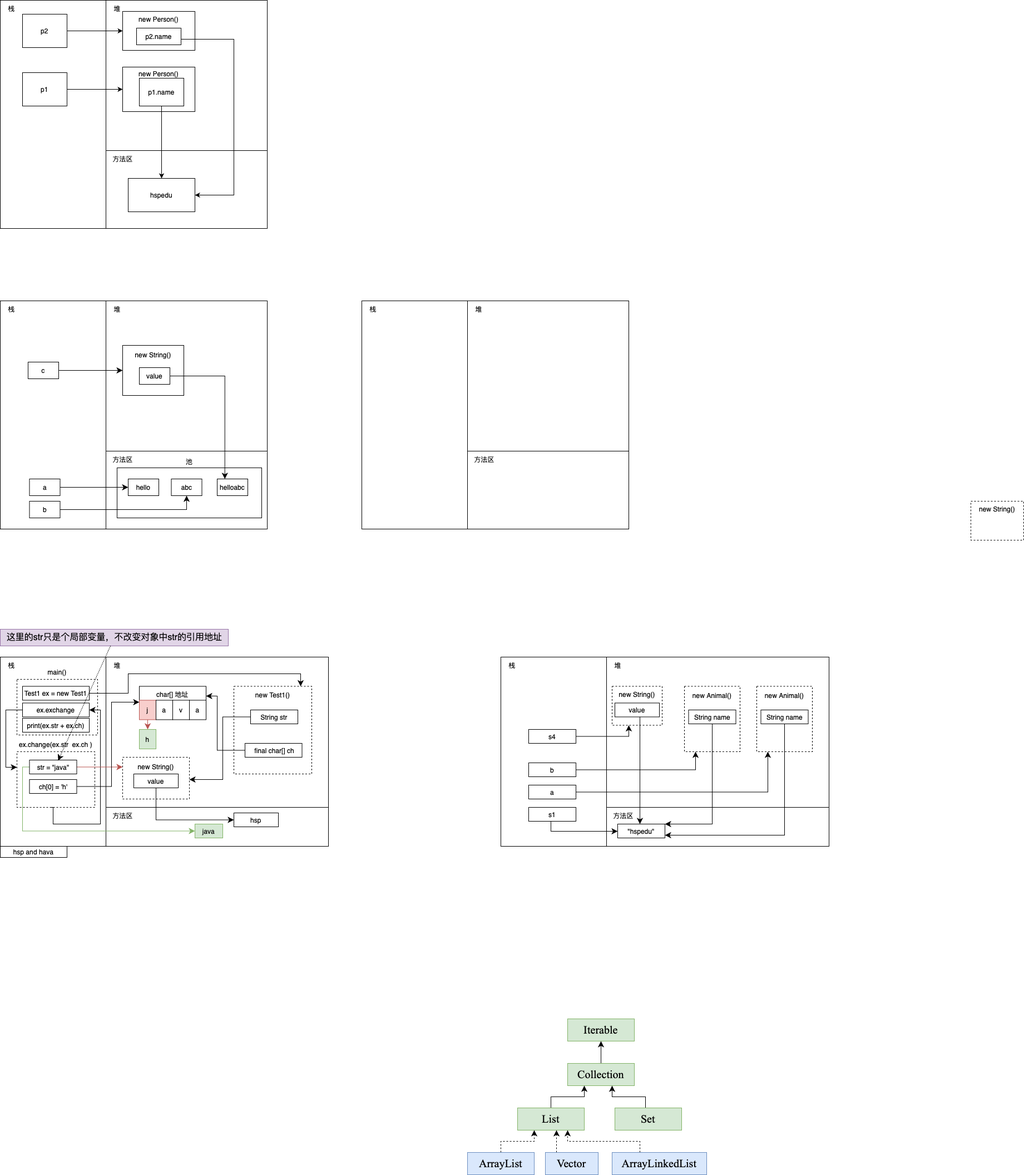
The draw.io diagram drawio/White.png in Stolorzs/Picgo, before a commit. Source tidied: cells renumbered, new cells last; positions are measured from the earlier drawing's top-left corner, leaving out a move shared by most shapes.
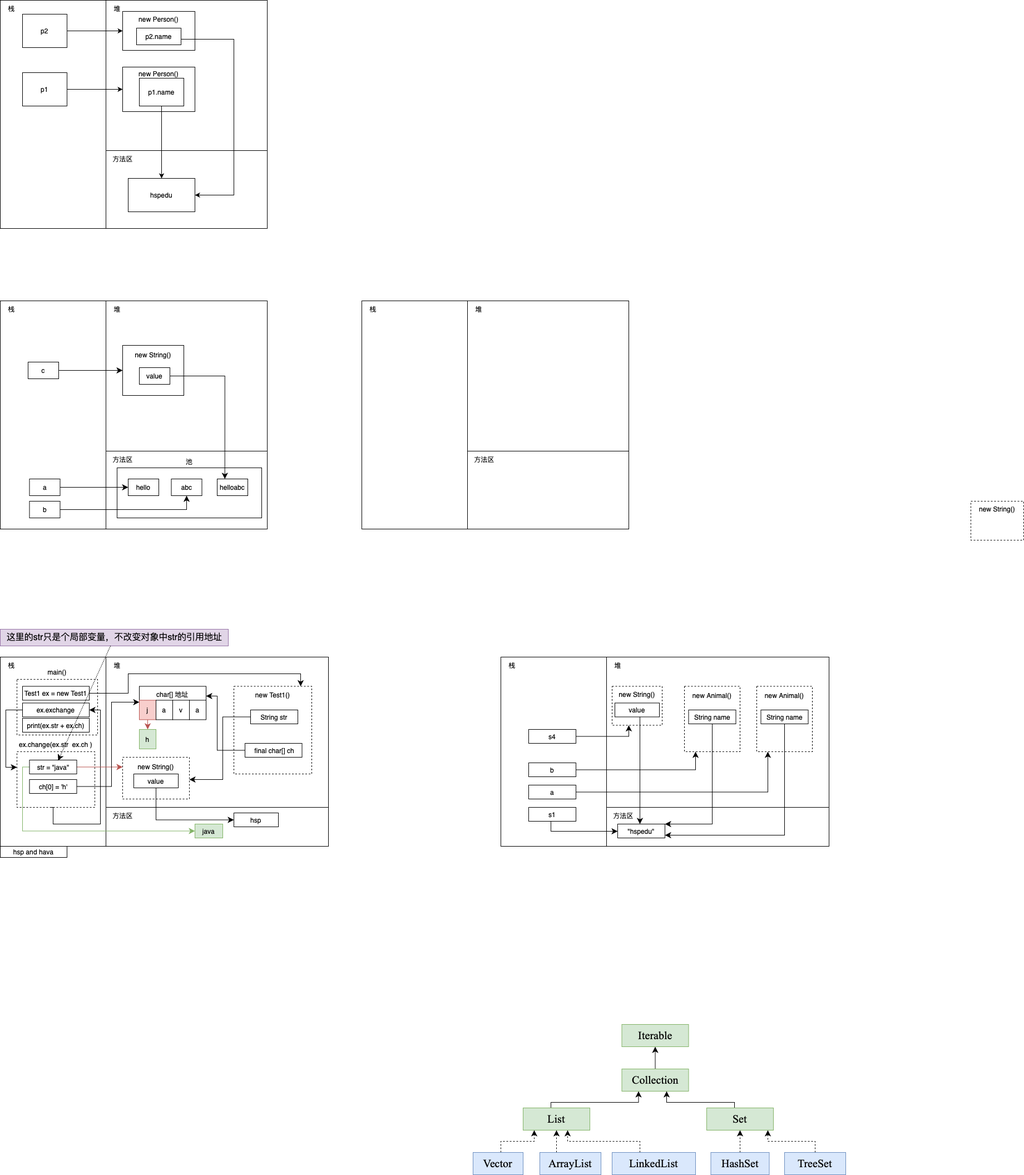
Above is the later version.

Change to the diagram source:
```diff
@@ -419,30 +419,36 @@
       <mxGeometry x="950" y="1410" width="85" height="25" as="geometry" />
     </mxCell>
     <mxCell id="113" value="&lt;font face=&quot;Times New Roman&quot; style=&quot;font-size: 20px;&quot;&gt;Iterable&lt;/font&gt;" style="rounded=0;whiteSpace=wrap;html=1;fillColor=#d5e8d4;strokeColor=#82b366;fontStyle=0;fontSize=20;" parent="1" vertex="1">
-      <mxGeometry x="1020" y="1830" width="120" height="40" as="geometry" />
+      <mxGeometry x="1117.5" y="1840" width="120" height="40" as="geometry" />
     </mxCell>
-    <mxCell id="114" style="edgeStyle=none;curved=1;rounded=0;jettySize=auto;html=1;entryX=0.5;entryY=1;entryDx=0;entryDy=0;fontSize=12;startSize=8;endSize=8;" parent="1" edge="1" source="115" target="113">
+    <mxCell id="114" style="edgeStyle=orthogonalEdgeStyle;rounded=0;jettySize=auto;html=1;entryX=0.5;entryY=1;entryDx=0;entryDy=0;fontSize=12;startSize=8;endSize=8;" parent="1" edge="1" source="115" target="113">
       <mxGeometry relative="1" as="geometry" />
     </mxCell>
     <mxCell id="115" value="&lt;font face=&quot;Times New Roman&quot; style=&quot;font-size: 20px;&quot;&gt;Collection&lt;/font&gt;" style="rounded=0;whiteSpace=wrap;html=1;fillColor=#d5e8d4;strokeColor=#82b366;fontStyle=0;fontSize=20;" parent="1" vertex="1">
-      <mxGeometry x="1020" y="1910" width="120" height="40" as="geometry" />
+      <mxGeometry x="1117.5" y="1920" width="120" height="40" as="geometry" />
     </mxCell>
-    <mxCell id="116" style="edgeStyle=orthogonalEdgeStyle;rounded=0;jettySize=auto;html=1;fontSize=12;startSize=8;endSize=8;strokeColor=default;align=center;verticalAlign=middle;fontFamily=Helvetica;fontColor=default;labelBackgroundColor=default;endArrow=classic;entryX=0.25;entryY=1;entryDx=0;entryDy=0;" parent="1" edge="1" source="117" target="115">
-      <mxGeometry relative="1" as="geometry" />
+    <mxCell id="116" style="edgeStyle=orthogonalEdgeStyle;rounded=0;jettySize=auto;html=1;fontSize=12;startSize=8;endSize=8;strokeColor=default;align=center;verticalAlign=middle;fontFamily=Helvetica;fontColor=default;labelBackgroundColor=default;endArrow=classic;entryX=0.25;entryY=1;entryDx=0;entryDy=0;" parent="1" edge="1" target="115">
+      <mxGeometry relative="1" as="geometry">
+        <mxPoint x="990" y="2000" as="sourcePoint" />
+        <Array as="points">
+          <mxPoint x="990" y="1980" />
+          <mxPoint x="1148" y="1980" />
+        </Array>
+      </mxGeometry>
     </mxCell>
     <mxCell id="117" value="&lt;font face=&quot;Times New Roman&quot; style=&quot;font-size: 20px;&quot;&gt;List&lt;/font&gt;" style="rounded=0;whiteSpace=wrap;html=1;fillColor=#d5e8d4;strokeColor=#82b366;fontStyle=0;fontSize=20;" parent="1" vertex="1">
-      <mxGeometry x="930" y="1990" width="120" height="40" as="geometry" />
+      <mxGeometry x="940" y="1990" width="120" height="40" as="geometry" />
     </mxCell>
     <mxCell id="118" style="edgeStyle=orthogonalEdgeStyle;rounded=0;jettySize=auto;html=1;fontSize=12;startSize=8;endSize=8;" parent="1" edge="1" source="119" target="115">
       <mxGeometry relative="1" as="geometry">
         <Array as="points">
-          <mxPoint x="1160" y="1970" />
-          <mxPoint x="1100" y="1970" />
+          <mxPoint x="1320" y="1980" />
+          <mxPoint x="1198" y="1980" />
         </Array>
       </mxGeometry>
     </mxCell>
     <mxCell id="119" value="&lt;font face=&quot;Times New Roman&quot;&gt;Set&lt;/font&gt;" style="rounded=0;whiteSpace=wrap;html=1;fillColor=#d5e8d4;strokeColor=#82b366;fontStyle=0;fontSize=20;" parent="1" vertex="1">
-      <mxGeometry x="1105" y="1990" width="120" height="40" as="geometry" />
+      <mxGeometry x="1270" y="1990" width="120" height="40" as="geometry" />
     </mxCell>
     <mxCell id="120" style="edgeStyle=orthogonalEdgeStyle;rounded=0;jettySize=auto;html=1;fontSize=12;startSize=8;endSize=8;dashed=1;strokeColor=default;align=center;verticalAlign=middle;fontFamily=Helvetica;fontColor=default;labelBackgroundColor=default;endArrow=classic;" parent="1" edge="1" source="121">
       <mxGeometry relative="1" as="geometry">
@@ -454,8 +460,8 @@
         </Array>
       </mxGeometry>
     </mxCell>
-    <mxCell id="121" value="&lt;font face=&quot;Times New Roman&quot; style=&quot;font-size: 20px;&quot;&gt;ArrayList&lt;/font&gt;" style="rounded=0;whiteSpace=wrap;html=1;fillColor=#dae8fc;strokeColor=#6c8ebf;fontStyle=0;fontSize=20;" parent="1" vertex="1">
-      <mxGeometry x="840" y="2070" width="120" height="40" as="geometry" />
+    <mxCell id="121" value="&lt;span style=&quot;font-family: &amp;quot;Times New Roman&amp;quot;;&quot;&gt;Vector&lt;/span&gt;" style="rounded=0;whiteSpace=wrap;html=1;fillColor=#dae8fc;strokeColor=#6c8ebf;fontStyle=0;fontSize=20;" parent="1" vertex="1">
+      <mxGeometry x="850" y="2070" width="90" height="40" as="geometry" />
     </mxCell>
     <mxCell id="122" style="edgeStyle=orthogonalEdgeStyle;rounded=0;jettySize=auto;html=1;fontSize=12;startSize=8;endSize=8;dashed=1;strokeColor=default;align=center;verticalAlign=middle;fontFamily=Helvetica;fontColor=default;labelBackgroundColor=default;endArrow=classic;" parent="1" edge="1" source="123" target="117">
       <mxGeometry relative="1" as="geometry">
@@ -465,8 +471,8 @@
         </Array>
       </mxGeometry>
     </mxCell>
-    <mxCell id="123" value="&lt;font face=&quot;Times New Roman&quot; style=&quot;font-size: 20px;&quot;&gt;Vector&lt;/font&gt;" style="rounded=0;whiteSpace=wrap;html=1;fillColor=#dae8fc;strokeColor=#6c8ebf;fontStyle=0;fontSize=20;" parent="1" vertex="1">
-      <mxGeometry x="980" y="2070" width="95" height="40" as="geometry" />
+    <mxCell id="123" value="&lt;span style=&quot;font-family: &amp;quot;Times New Roman&amp;quot;;&quot;&gt;ArrayList&lt;/span&gt;" style="rounded=0;whiteSpace=wrap;html=1;fillColor=#dae8fc;strokeColor=#6c8ebf;fontStyle=0;fontSize=20;" parent="1" vertex="1">
+      <mxGeometry x="970" y="2070" width="110" height="40" as="geometry" />
     </mxCell>
     <mxCell id="124" style="edgeStyle=orthogonalEdgeStyle;rounded=0;jettySize=auto;html=1;fontSize=12;startSize=8;endSize=8;dashed=1;strokeColor=default;align=center;verticalAlign=middle;fontFamily=Helvetica;fontColor=default;labelBackgroundColor=default;endArrow=classic;" parent="1" edge="1" source="125">
       <mxGeometry relative="1" as="geometry">
@@ -478,8 +484,26 @@
         </Array>
       </mxGeometry>
     </mxCell>
-    <mxCell id="125" value="&lt;font face=&quot;Times New Roman&quot; style=&quot;font-size: 20px;&quot;&gt;ArrayLinkedList&lt;/font&gt;" style="rounded=0;whiteSpace=wrap;html=1;fillColor=#dae8fc;strokeColor=#6c8ebf;fontStyle=0;fontSize=20;" parent="1" vertex="1">
-      <mxGeometry x="1100" y="2070" width="170" height="40" as="geometry" />
+    <mxCell id="125" value="&lt;font face=&quot;Times New Roman&quot; style=&quot;font-size: 20px;&quot;&gt;LinkedList&lt;/font&gt;" style="rounded=0;whiteSpace=wrap;html=1;fillColor=#dae8fc;strokeColor=#6c8ebf;fontStyle=0;fontSize=20;" parent="1" vertex="1">
+      <mxGeometry x="1100" y="2070" width="150" height="40" as="geometry" />
     </mxCell>
+    <mxCell id="126" style="edgeStyle=orthogonalEdgeStyle;rounded=0;jettySize=auto;html=1;fontSize=12;startSize=8;endSize=8;dashed=1;strokeColor=default;align=center;verticalAlign=middle;fontFamily=Helvetica;fontColor=default;labelBackgroundColor=default;endArrow=classic;" parent="1" edge="1" source="127" target="119">
+      <mxGeometry relative="1" as="geometry" />
+    </mxCell>
+    <mxCell id="127" value="&lt;font face=&quot;Times New Roman&quot; style=&quot;font-size: 20px;&quot;&gt;HashSet&lt;/font&gt;" style="rounded=0;whiteSpace=wrap;html=1;fillColor=#dae8fc;strokeColor=#6c8ebf;fontStyle=0;fontSize=20;" parent="1" vertex="1">
+      <mxGeometry x="1277.5" y="2070" width="105" height="40" as="geometry" />
+    </mxCell>
+    <mxCell id="128" style="edgeStyle=orthogonalEdgeStyle;rounded=0;jettySize=auto;html=1;fontSize=12;startSize=8;endSize=8;dashed=1;strokeColor=default;align=center;verticalAlign=middle;fontFamily=Helvetica;fontColor=default;labelBackgroundColor=default;endArrow=classic;" parent="1" edge="1" source="129">
+      <mxGeometry relative="1" as="geometry">
+        <mxPoint x="1380" y="2030" as="targetPoint" />
+        <Array as="points">
+          <mxPoint x="1465" y="2050" />
+          <mxPoint x="1380" y="2050" />
+        </Array>
+      </mxGeometry>
+    </mxCell>
+    <mxCell id="129" value="&lt;font face=&quot;Times New Roman&quot; style=&quot;font-size: 20px;&quot;&gt;TreeSet&lt;/font&gt;" style="rounded=0;whiteSpace=wrap;html=1;fillColor=#dae8fc;strokeColor=#6c8ebf;fontStyle=0;fontSize=20;" parent="1" vertex="1">
+      <mxGeometry x="1410" y="2070" width="110" height="40" as="geometry" />
+    </mxCell>
   </root>
 </mxGraphModel>
```
